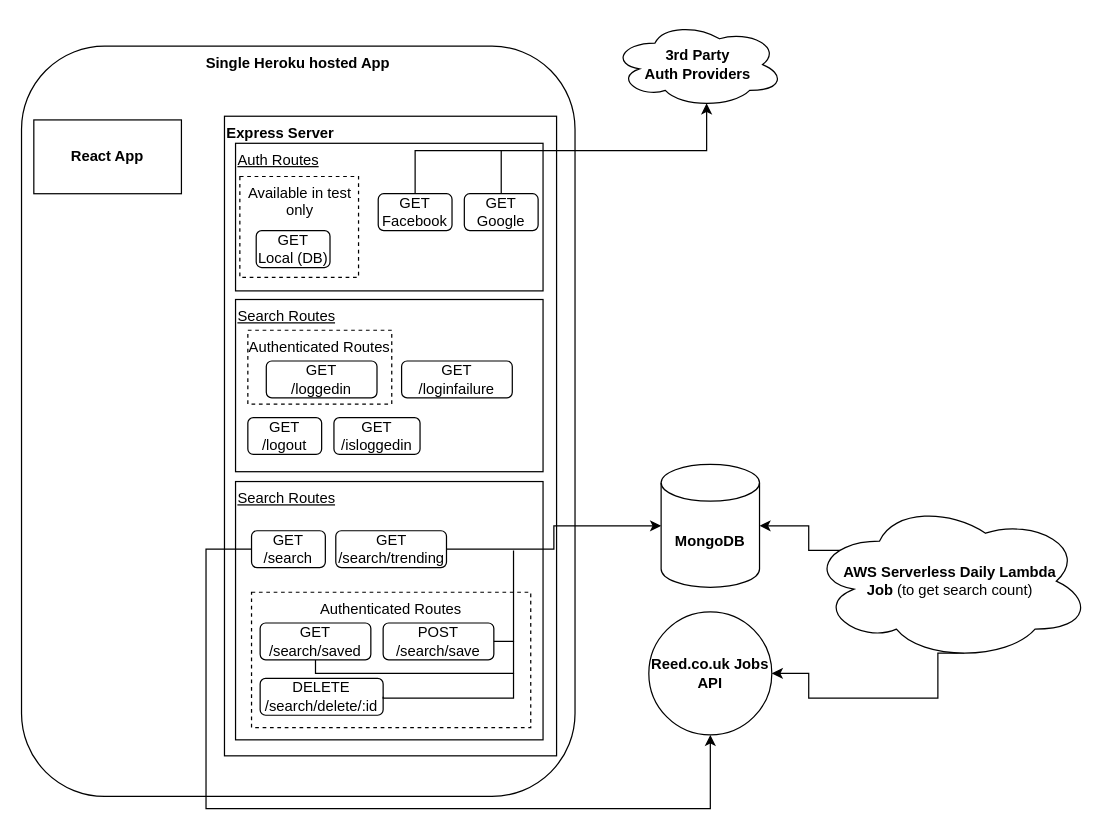
The draw.io diagram docs/Current Architecture.drawio in jb-0/skills-tracker, before the edit. Source tidied: cells renumbered, new cells numbered last; positions are measured from the earlier drawing's top-left corner, leaving out a move shared by most shapes. Both pictures are drawn from the tidied source at 123%, with x=0, y=0 at pixel (21, 21).
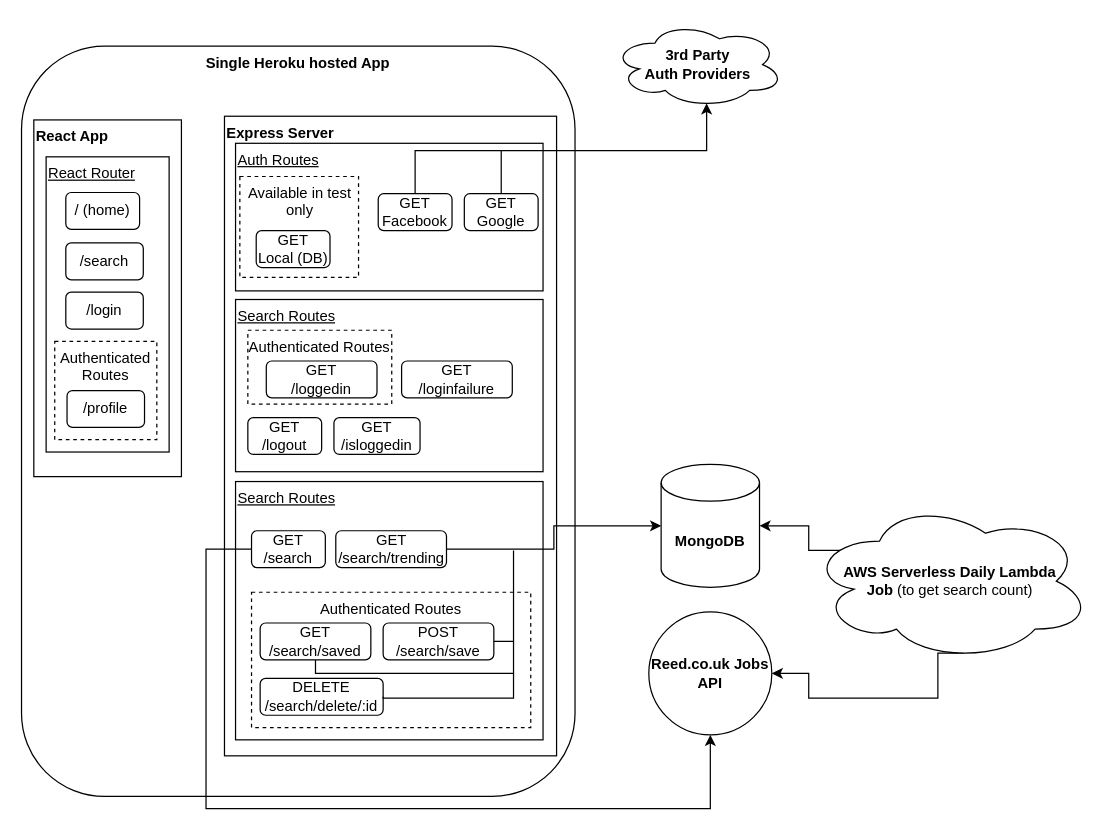
The same page after the edit.

Commit message:
Added React app and react app routes

What changed in the source:
```diff
@@
-    <mxCell id="7" value="React App" style="rounded=0;whiteSpace=wrap;html=1;fontStyle=1;" parent="1" vertex="1">
-      <mxGeometry x="10" y="80" width="120" height="60" as="geometry" />
+    <mxCell id="7" value="React App&lt;br&gt;" style="rounded=0;whiteSpace=wrap;html=1;fontStyle=1;align=left;verticalAlign=top;" parent="1" vertex="1">
+      <mxGeometry x="10" y="80" width="120" height="290" as="geometry" />
     </mxCell>
@@
+    <mxCell id="39" style="group;" parent="1" vertex="1">
+      <mxGeometry x="20" y="110" width="250" height="280" as="geometry" />
+    </mxCell>
+    <mxCell id="40" value="&lt;span style=&quot;font-weight: normal&quot;&gt;&lt;u&gt;React Router&lt;/u&gt;&lt;/span&gt;" style="rounded=0;whiteSpace=wrap;html=1;align=left;verticalAlign=top;fontStyle=1;" parent="39" vertex="1">
+      <mxGeometry width="100" height="240" as="geometry" />
+    </mxCell>
+    <mxCell id="41" value="Authenticated Routes" style="rounded=0;whiteSpace=wrap;html=1;align=center;dashed=1;verticalAlign=top;" parent="39" vertex="1">
+      <mxGeometry x="7" y="150" width="83" height="80" as="geometry" />
+    </mxCell>
+    <mxCell id="42" value="/ (home)" style="rounded=1;whiteSpace=wrap;html=1;align=center;" parent="39" vertex="1">
+      <mxGeometry x="16" y="29" width="60" height="30" as="geometry" />
+    </mxCell>
+    <mxCell id="43" value="/search" style="rounded=1;whiteSpace=wrap;html=1;align=center;" parent="39" vertex="1">
+      <mxGeometry x="16" y="70" width="63" height="30" as="geometry" />
+    </mxCell>
+    <mxCell id="44" value="/login" style="rounded=1;whiteSpace=wrap;html=1;align=center;" parent="39" vertex="1">
+      <mxGeometry x="16" y="110" width="63" height="30" as="geometry" />
+    </mxCell>
+    <mxCell id="45" value="/profile" style="rounded=1;whiteSpace=wrap;html=1;align=center;" parent="39" vertex="1">
+      <mxGeometry x="17" y="190" width="63" height="30" as="geometry" />
+    </mxCell>
```
